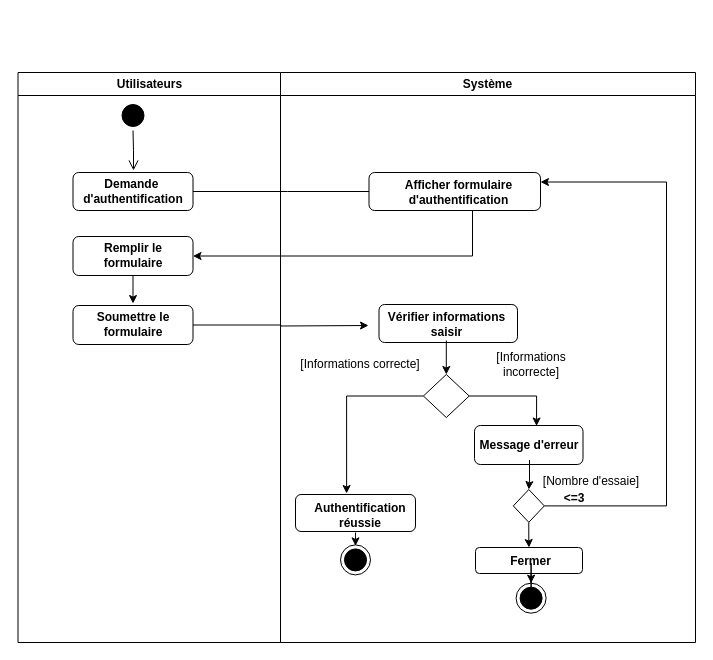
The draw.io diagram act3.drawio in louis-fresnel99/TpGasaL1, before the edit. Source tidied: cells renumbered, new cells numbered last; positions are measured from the earlier drawing's top-left corner, leaving out a move shared by most shapes. Both pictures are drawn from the tidied source at 100%, with x=0, y=0 at pixel (17, 72).
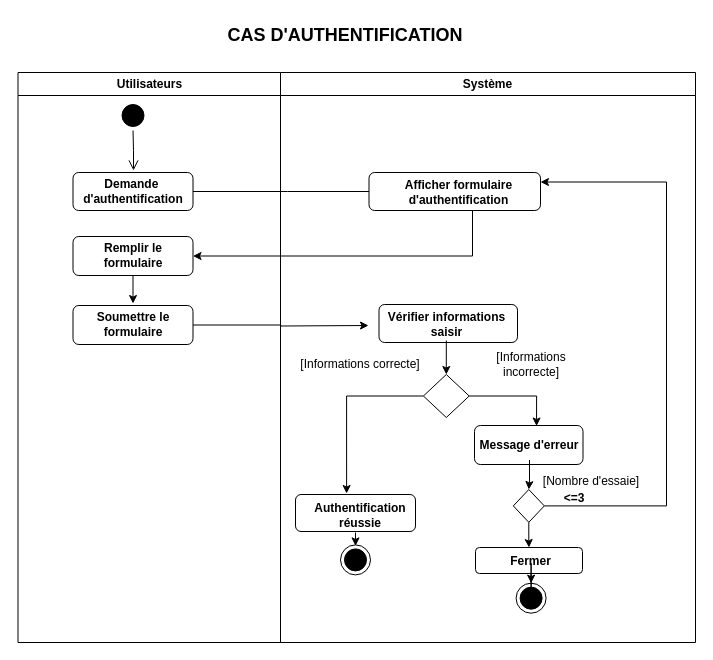
The same diagram, later.

Commit message:
Mettre à jour act3.drawio

The edit, as a diff of the source:
```diff
@@
+    <mxCell id="42" value="&lt;font style=&quot;font-size: 18px;&quot;&gt;&lt;b style=&quot;&quot;&gt;CAS D'AUTHENTIFICATION&lt;/b&gt;&lt;/font&gt;" style="text;html=1;align=center;verticalAlign=middle;whiteSpace=wrap;rounded=0;" parent="1" vertex="1">
+      <mxGeometry x="117" y="-55" width="421.5" height="36" as="geometry" />
+    </mxCell>
```
